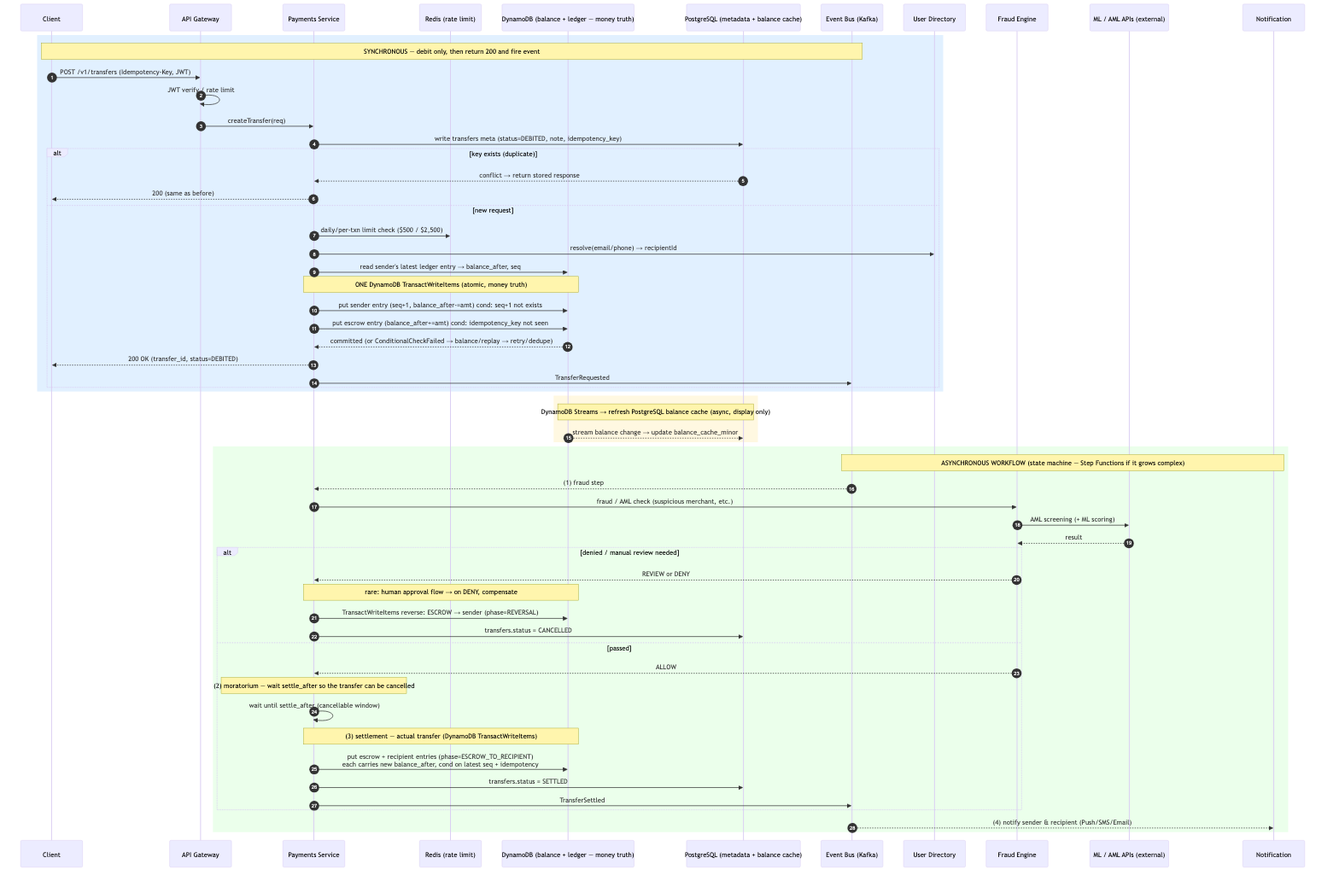
Before: 1-p2p-transaction/transfer-sequence.png, a diagram exported from Mermaid (masayukitanaka/system-designs). Its source is kept beside it as 1-p2p-transaction/diagrams/transfer-sequence.mmd.
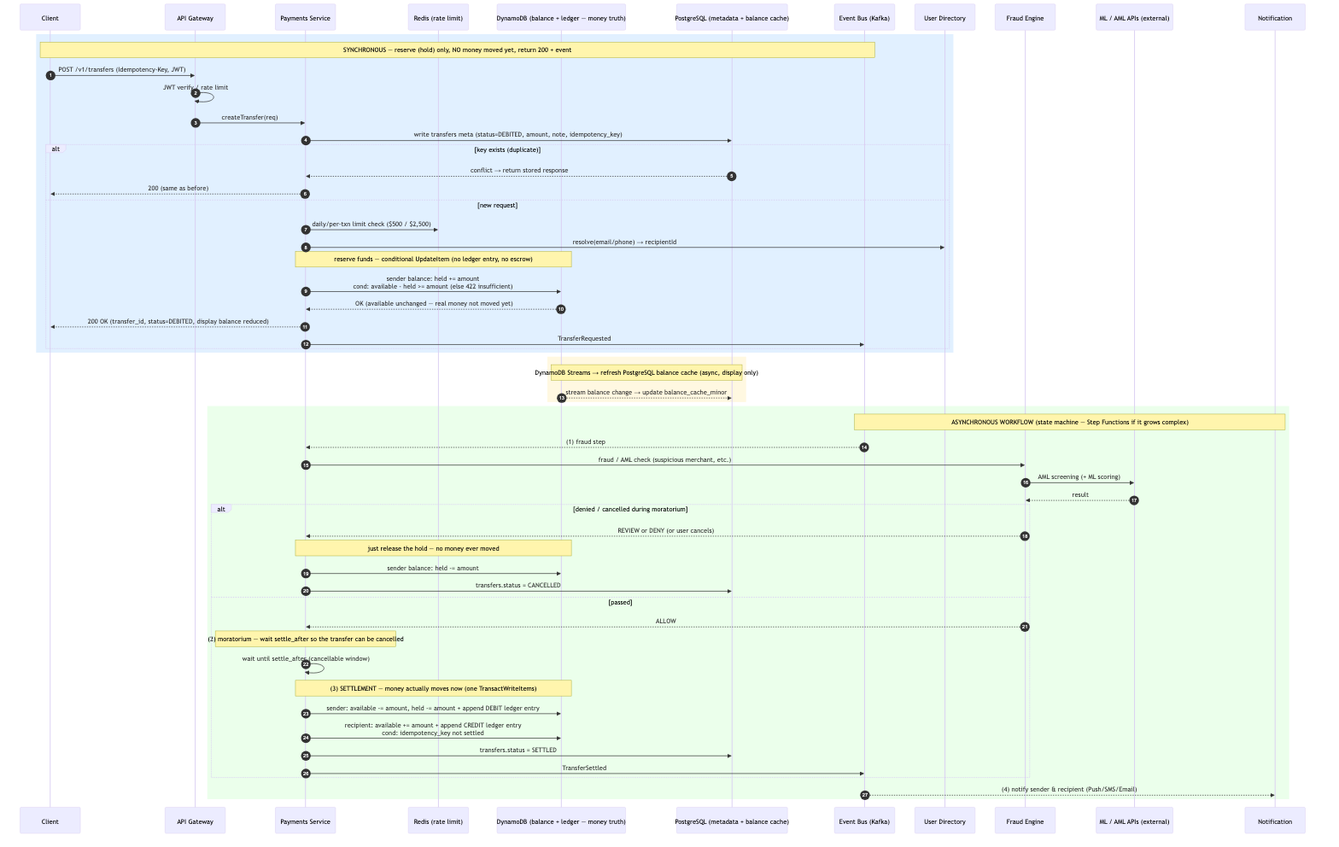
After the change.

The edit, as a diff of the source:
```diff
@@ -13,23 +13,21 @@
     participant N as Notification
 
     rect rgb(225, 240, 255)
-    Note over C,MQ: 同期処理 — 減算のみ行い、200を返してイベント発火
+    Note over C,MQ: 同期処理 — 予約(hold)のみ、まだお金は動かさない、200 + イベント
     C->>GW: POST /v1/transfers (Idempotency-Key, JWT)
     GW->>GW: JWT検証 / レート制限
     GW->>P: createTransfer(req)
-    P->>PG: transfersメタ書込 (status=DEBITED, note, idempotency_key)
+    P->>PG: transfersメタ書込 (status=DEBITED, amount, note, idempotency_key)
     alt キー既存 (重複)
         PG-->>P: 競合 → 保存済みレスポンス返却
         P-->>C: 200 (前回と同一)
     else 新規リクエスト
         P->>R: 日次/取引限度チェック ($500 / $2,500)
         P->>U: resolve(email/phone) → recipientId
-        P->>DDB: 送金者の最新台帳エントリを読む → balance_after, seq
-        Note over P,DDB: 単一 DynamoDB TransactWriteItems (原子的, 金額の真実)
-        P->>DDB: 送金者エントリput (seq+1, balance_after-=金額) 条件:seq+1未存在
-        P->>DDB: エスクローエントリput (balance_after+=金額) 条件:idempotency_key未使用
-        DDB-->>P: コミット (または ConditionalCheckFailed → 残高不足/再送 → 再試行/重複排除)
-        P-->>C: 200 OK (transfer_id, status=DEBITED)
+        Note over P,DDB: 資金を予約 — 条件付き UpdateItem (台帳記帳なし, エスクローなし)
+        P->>DDB: 送金者残高: held += 金額<br/>条件: available - held >= 金額 (満たさねば422残高不足)
+        DDB-->>P: OK (available据え置き — 実際のお金はまだ動かない)
+        P-->>C: 200 OK (transfer_id, status=DEBITED, 見た目の残高は減少)
         P->>MQ: TransferRequested
     end
     end
@@ -45,17 +43,18 @@
     P->>F: fraud / AML チェック (怪しいマーチャント等)
     F->>X: AML スクリーニング (+ MLスコアリング)
     X-->>F: 結果
-    alt 却下 / 人手承認が必要
-        F-->>P: REVIEW または DENY
-        Note over P,DDB: 稀: 人による承認フロー → DENY時は補償
-        P->>DDB: TransactWriteItems 逆仕訳: ESCROW → 送金者 (phase=REVERSAL)
+    alt 却下 / モラトリアム中に取消
+        F-->>P: REVIEW または DENY (またはユーザー取消)
+        Note over P,DDB: holdを解放するだけ — お金は一度も動いていない
+        P->>DDB: 送金者残高: held -= 金額
         P->>PG: transfers.status = CANCELLED
     else 通過
         F-->>P: ALLOW
         Note over P: (2) モラトリアム — settle_after まで待機し取消可能にする
         P->>P: settle_after まで待機 (取消可能な期間)
-        Note over P,DDB: (3) トランザクション — 実際の振込 (DynamoDB TransactWriteItems)
-        P->>DDB: エスクロー+受取人エントリput (phase=ESCROW_TO_RECIPIENT)<br/>各々が新しいbalance_afterを持つ・最新seq+冪等で条件付き
+        Note over P,DDB: (3) 決済 — ここで実際にお金が動く (1回の TransactWriteItems)
+        P->>DDB: 送金者: available -= 金額, held -= 金額 + DEBIT台帳エントリ追記
+        P->>DDB: 受取人: available += 金額 + CREDIT台帳エントリ追記<br/>条件: idempotency_key が未決済
         P->>PG: transfers.status = SETTLED
         P->>MQ: TransferSettled
     end
```
